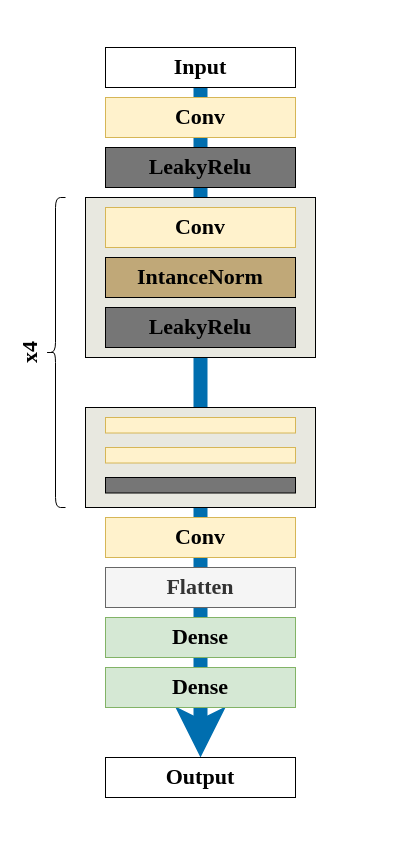
Above: discriminantor-architecture.drawio in LFNing/General (draw.io), before the change. Source tidied: cells renumbered, new cells numbered last; positions are measured from the earlier drawing's top-left corner, leaving out a move shared by most shapes. Both pictures are drawn from the tidied source at 100%, with x=0, y=0 at pixel (25, 47).
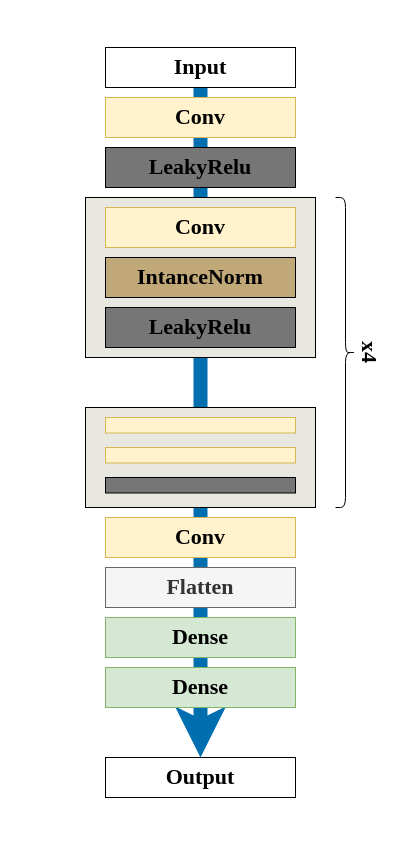
The same diagram, later.

Change to the diagram source:
```diff
@@
-    <mxCell id="19" style="shape=curlyBracket;whiteSpace=wrap;html=1;rounded=1;fillColor=#404840;fontFamily=Times New Roman;fontSize=22;" parent="1" vertex="1">
-      <mxGeometry x="20" y="150" width="20" height="310" as="geometry" />
-    </mxCell>
-    <mxCell id="20" value="x4" style="text;html=1;strokeColor=none;fillColor=none;align=center;verticalAlign=middle;whiteSpace=wrap;rounded=0;horizontal=0;fontFamily=Times New Roman;fontSize=22;fontStyle=1;" parent="1" vertex="1">
-      <mxGeometry y="295" width="10" height="20" as="geometry" />
+    <mxCell id="20" value="x4" style="text;html=1;strokeColor=none;fillColor=none;align=center;verticalAlign=middle;whiteSpace=wrap;rounded=0;horizontal=0;fontFamily=Times New Roman;fontSize=22;fontStyle=1;rotation=-180;" parent="1" vertex="1">
+      <mxGeometry x="339" y="295" width="10" height="20" as="geometry" />
     </mxCell>
+    <mxCell id="21" style="shape=curlyBracket;whiteSpace=wrap;html=1;rounded=1;fillColor=#404840;fontFamily=Times New Roman;fontSize=22;rotation=-180;" parent="1" vertex="1">
+      <mxGeometry x="310" y="150" width="20" height="310" as="geometry" />
+    </mxCell>
```
